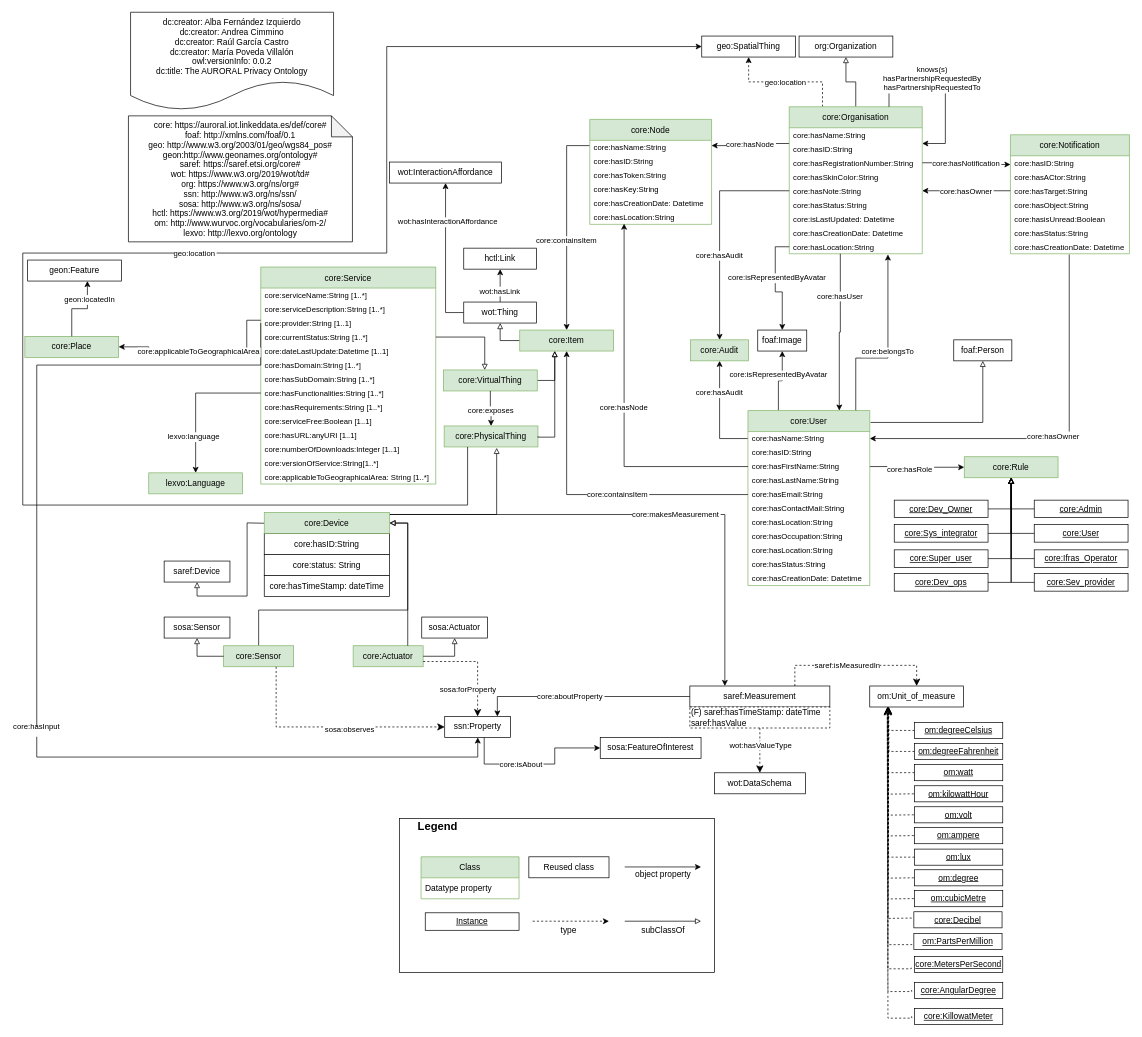
The draw.io diagram page "V2" (1 of 2) of diagrams/core.drawio in oeg-upm/auroral-core-ontology, before the edit. Source tidied: cells renumbered, new cells numbered last; positions are measured from the earlier drawing's top-left corner, leaving out a move shared by most shapes. Both pictures are drawn from the tidied source at 70%, with x=0, y=0 at pixel (22, 12).
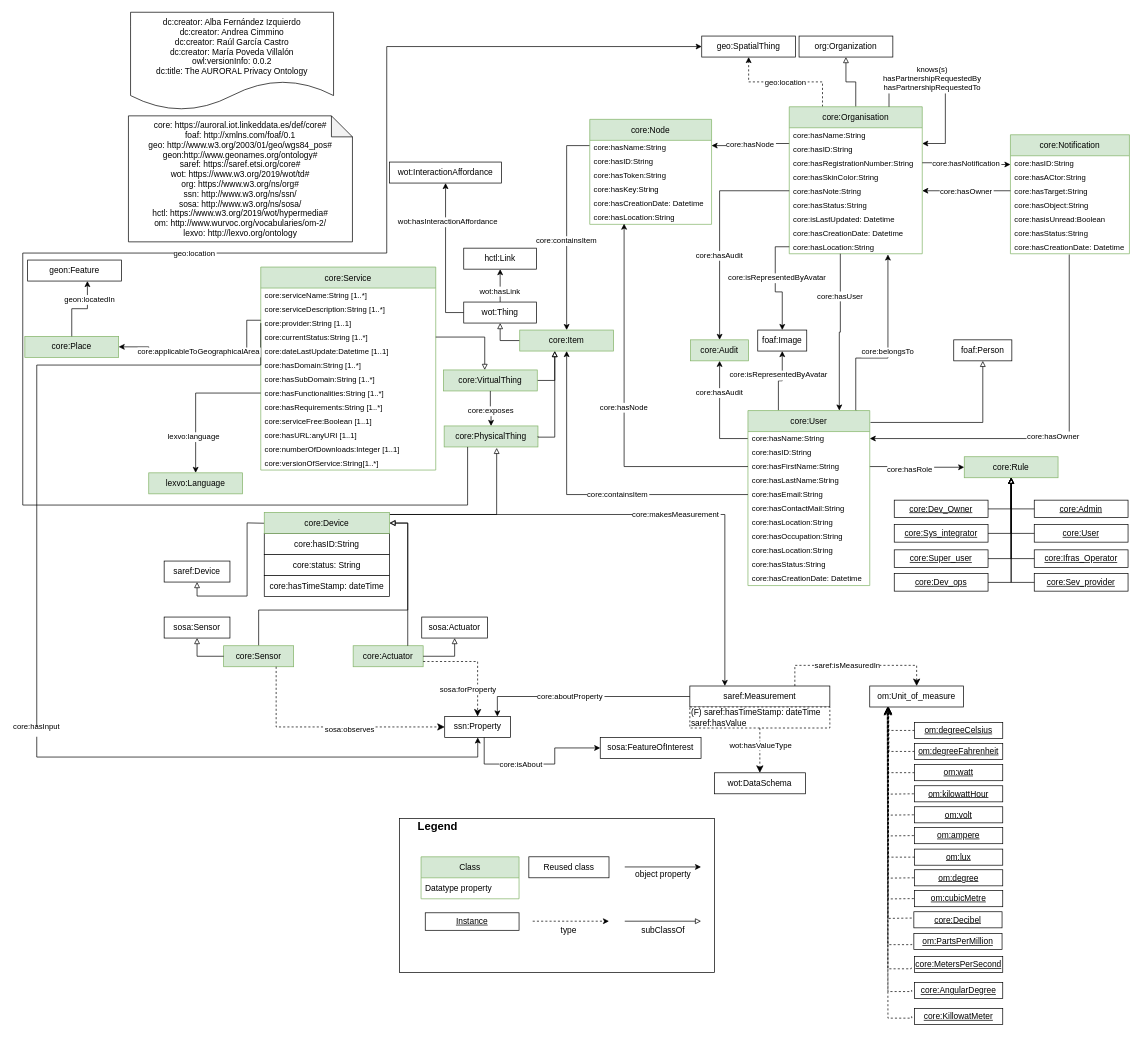
After the change.

Change to the diagram source:
```diff
@@
     <mxCell id="157" value="core:Service" style="swimlane;fontStyle=0;horizontal=1;startSize=30;fillColor=#d5e8d4;strokeColor=#82b366;" parent="1" vertex="1">
-      <mxGeometry x="340" y="364" width="250" height="310" as="geometry" />
+      <mxGeometry x="340" y="364" width="250" height="290" as="geometry" />
     </mxCell>
@@
-    <mxCell id="171" value="core:applicableToGeographicalArea: String [1..*]" style="text;strokeColor=none;fillColor=none;align=left;verticalAlign=middle;spacingLeft=4;spacingRight=4;overflow=hidden;fontSize=11;" parent="157" vertex="1">
-      <mxGeometry y="290" width="250" height="20" as="geometry" />
-    </mxCell>
```
